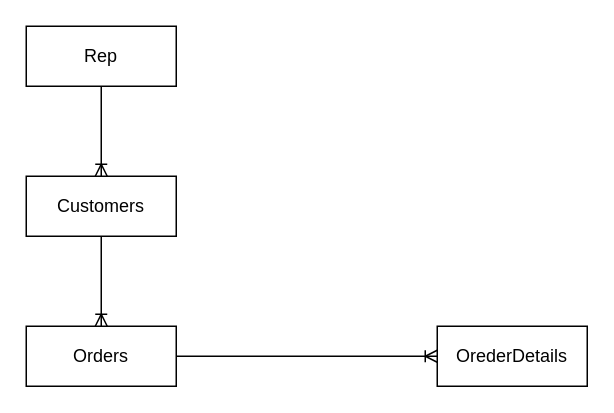
Above: EntityRelationship diagram.drawio in CapYossarian/DiagramsBegginer (draw.io), before the change. Source tidied: cells renumbered, new cells numbered last; positions are measured from the earlier drawing's top-left corner, leaving out a move shared by most shapes. Both pictures are drawn from the tidied source at 150%, with x=0, y=0 at pixel (26, 26).
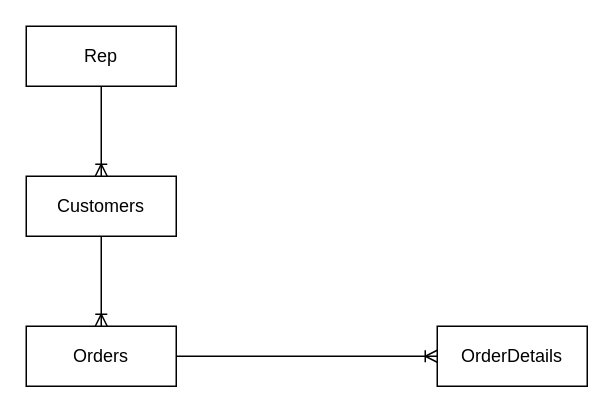
The same page after the edit.

Diff of the diagram source:
```diff
@@
 <mxGraphModel>
   <root>
     <mxCell id="0" />
     <mxCell id="1" parent="0" />
     <mxCell id="2" value="Rep" style="whiteSpace=wrap;html=1;align=center;" parent="1" vertex="1">
       <mxGeometry width="100" height="40" as="geometry" />
     </mxCell>
     <mxCell id="3" value="Customers" style="whiteSpace=wrap;html=1;align=center;" parent="1" vertex="1">
       <mxGeometry y="100" width="100" height="40" as="geometry" />
     </mxCell>
     <mxCell id="4" value="Orders" style="whiteSpace=wrap;html=1;align=center;" parent="1" vertex="1">
       <mxGeometry y="200" width="100" height="40" as="geometry" />
     </mxCell>
-    <mxCell id="5" value="OrederDetails" style="whiteSpace=wrap;html=1;align=center;" parent="1" vertex="1">
+    <mxCell id="5" value="OrderDetails" style="whiteSpace=wrap;html=1;align=center;" parent="1" vertex="1">
       <mxGeometry x="274" y="200" width="100" height="40" as="geometry" />
     </mxCell>
     <mxCell id="6" style="fontSize=12;html=1;endArrow=ERoneToMany;rounded=0;" parent="1" edge="1" source="2" target="3">
       <mxGeometry relative="1" as="geometry" />
     </mxCell>
     <mxCell id="7" style="fontSize=12;html=1;endArrow=ERoneToMany;rounded=0;exitX=0.5;exitY=1;exitDx=0;exitDy=0;entryX=0.5;entryY=0;entryDx=0;entryDy=0;" parent="1" edge="1" source="3" target="4">
       <mxGeometry relative="1" as="geometry" />
     </mxCell>
     <mxCell id="8" style="fontSize=12;html=1;endArrow=ERoneToMany;rounded=0;exitX=1;exitY=0.5;exitDx=0;exitDy=0;entryX=0;entryY=0.5;entryDx=0;entryDy=0;" parent="1" edge="1" source="4" target="5">
       <mxGeometry relative="1" as="geometry" />
     </mxCell>
   </root>
 </mxGraphModel>
```
